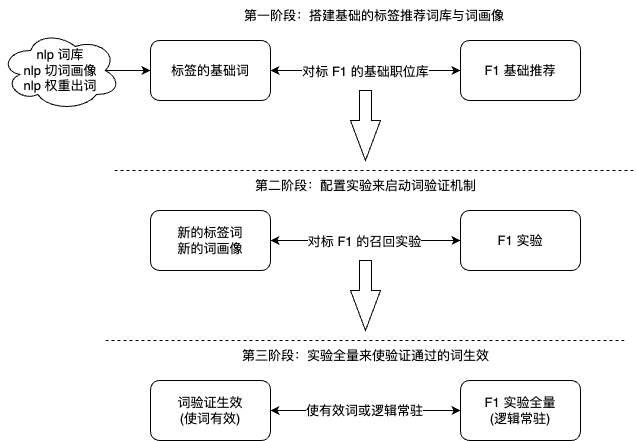
Before: work-draw-file/标签词分流方案.png, a diagram exported from draw.io (liujunao/draw-data). Source tidied: cells renumbered, new cells last; positions are measured from the earlier drawing's top-left corner, leaving out a move shared by most shapes.
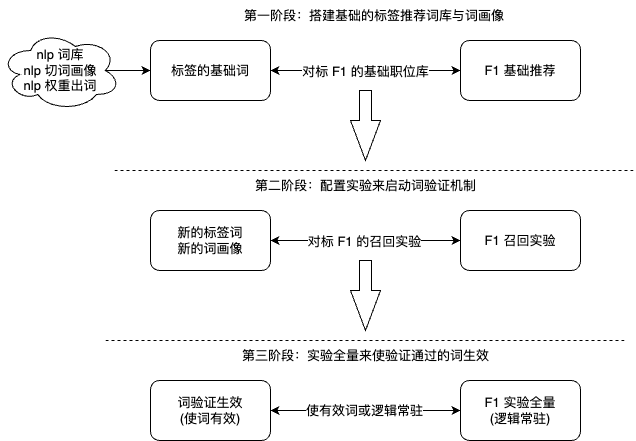
The same diagram one commit later.

Commit message:
更新标签词分流方案.png

The edit, as a diff of the source:
```diff
@@ -20,7 +20,7 @@
     <mxCell id="7" value="新的标签词&lt;br&gt;新的词画像" style="rounded=1;whiteSpace=wrap;html=1;" parent="1" vertex="1">
       <mxGeometry x="150" y="210" width="120" height="60" as="geometry" />
     </mxCell>
-    <mxCell id="8" value="F1 实验" style="rounded=1;whiteSpace=wrap;html=1;" parent="1" vertex="1">
+    <mxCell id="8" value="F1 召回实验" style="rounded=1;whiteSpace=wrap;html=1;" parent="1" vertex="1">
       <mxGeometry x="460" y="210" width="120" height="60" as="geometry" />
     </mxCell>
     <mxCell id="9" style="endArrow=none;dashed=1;html=1;rounded=0;" parent="1" edge="1">
```
